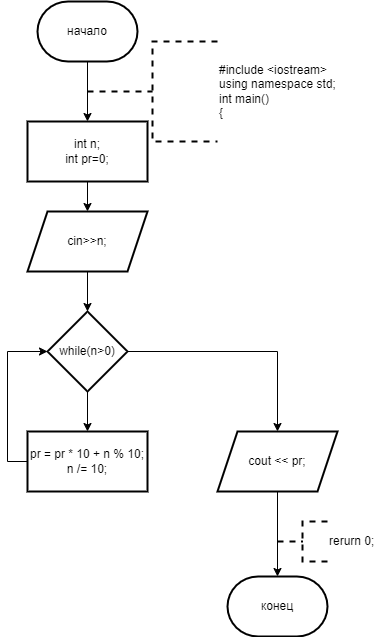
ksinph/PSTU_LABS_2023 keeps this draw.io diagram as 2_18.drawio.png. Above is the earlier version. Source tidied: cells renumbered, new cells last; positions are measured from the earlier drawing's top-left corner, leaving out a move shared by most shapes.
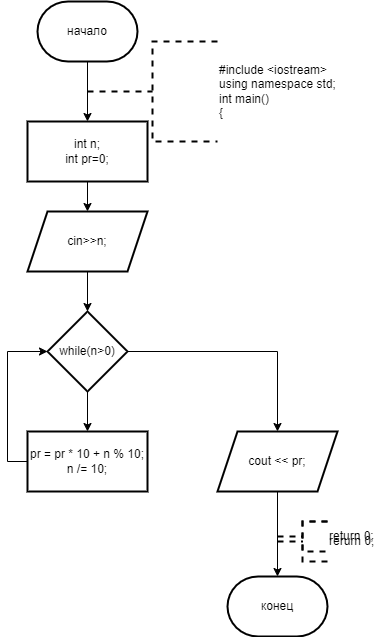
After the change.

What changed in the source:
```diff
@@ -47,6 +47,9 @@
     <mxCell id="16" value="&lt;div&gt;#include &amp;lt;iostream&amp;gt;&lt;/div&gt;&lt;div&gt;using namespace std;&lt;/div&gt;&lt;div&gt;int main()&lt;/div&gt;&lt;div&gt;{&lt;/div&gt;" style="strokeWidth=2;html=1;shape=mxgraph.flowchart.annotation_2;align=left;labelPosition=right;dashed=1;" parent="1" vertex="1">
       <mxGeometry x="60" y="40" width="130" height="100" as="geometry" />
     </mxCell>
+    <mxCell id="18" value="return 0;" style="strokeWidth=2;html=1;shape=mxgraph.flowchart.annotation_2;align=left;labelPosition=right;dashed=1;" parent="1" vertex="1">
+      <mxGeometry x="250" y="520" width="50" height="30" as="geometry" />
+    </mxCell>
     <mxCell id="17" value="rerurn 0;" style="strokeWidth=2;html=1;shape=mxgraph.flowchart.annotation_2;align=left;labelPosition=right;dashed=1;" parent="1" vertex="1">
       <mxGeometry x="250" y="520" width="50" height="40" as="geometry" />
     </mxCell>
```
